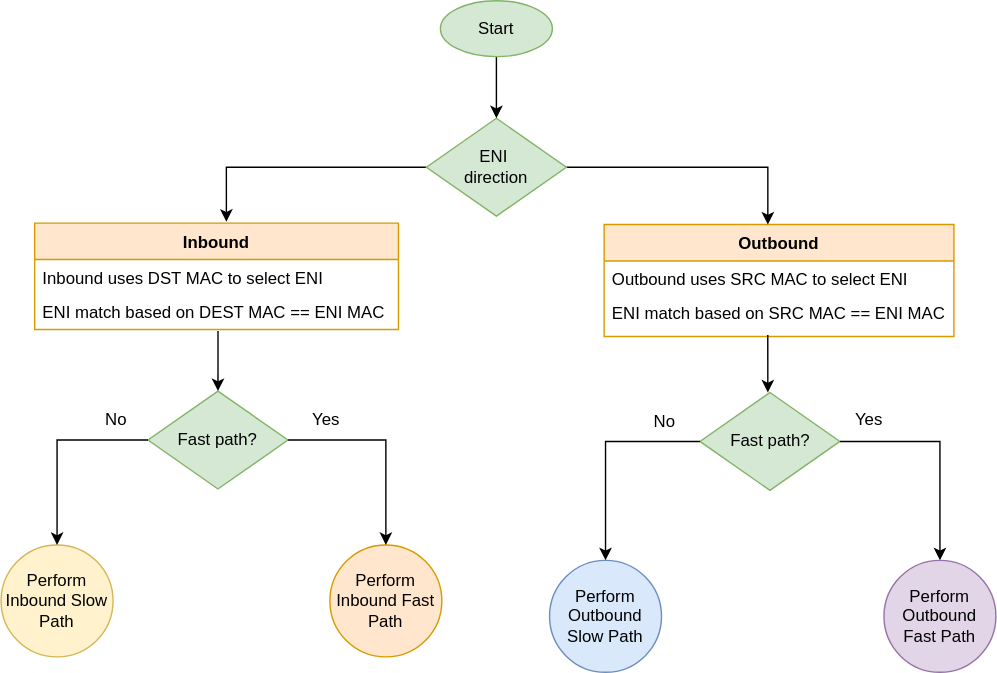
Before: documentation/general/design/images/eni-match-flow-direction.svg, a diagram exported from draw.io (mmiele/DASH). Source tidied: cells renumbered, new cells last; positions are measured from the earlier drawing's top-left corner, leaving out a move shared by most shapes.
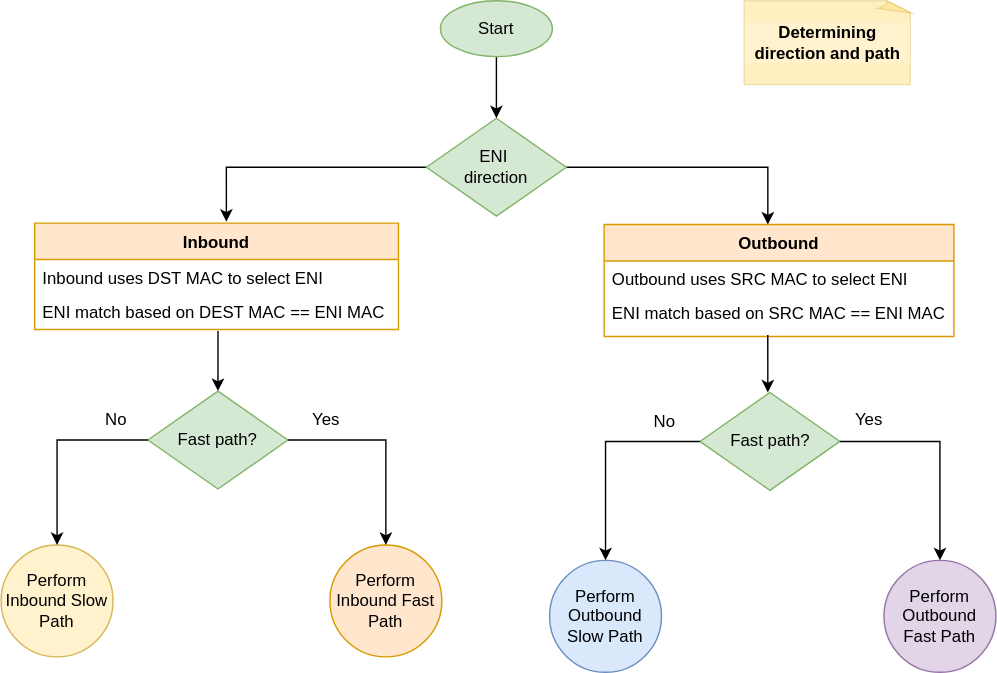
Later version of the same file.

Diff of the diagram source:
```diff
@@ -94,5 +94,8 @@
     <mxCell id="30" value="No" style="text;html=1;align=center;verticalAlign=middle;strokeColor=none;fillColor=none;fontSize=12;" parent="1" vertex="1">
       <mxGeometry x="459" y="291" width="30" height="20" as="geometry" />
     </mxCell>
+    <mxCell id="31" value="&lt;b&gt;Determining direction and path&lt;/b&gt;" style="whiteSpace=wrap;html=1;shape=mxgraph.basic.document;labelBackgroundColor=#FFF2CC;fontSize=12;strokeColor=#d6b656;strokeWidth=1;fillColor=#FFD966;opacity=40;fontStyle=0;" parent="1" vertex="1">
+      <mxGeometry x="531" width="120" height="60" as="geometry" />
+    </mxCell>
   </root>
 </mxGraphModel>
```
